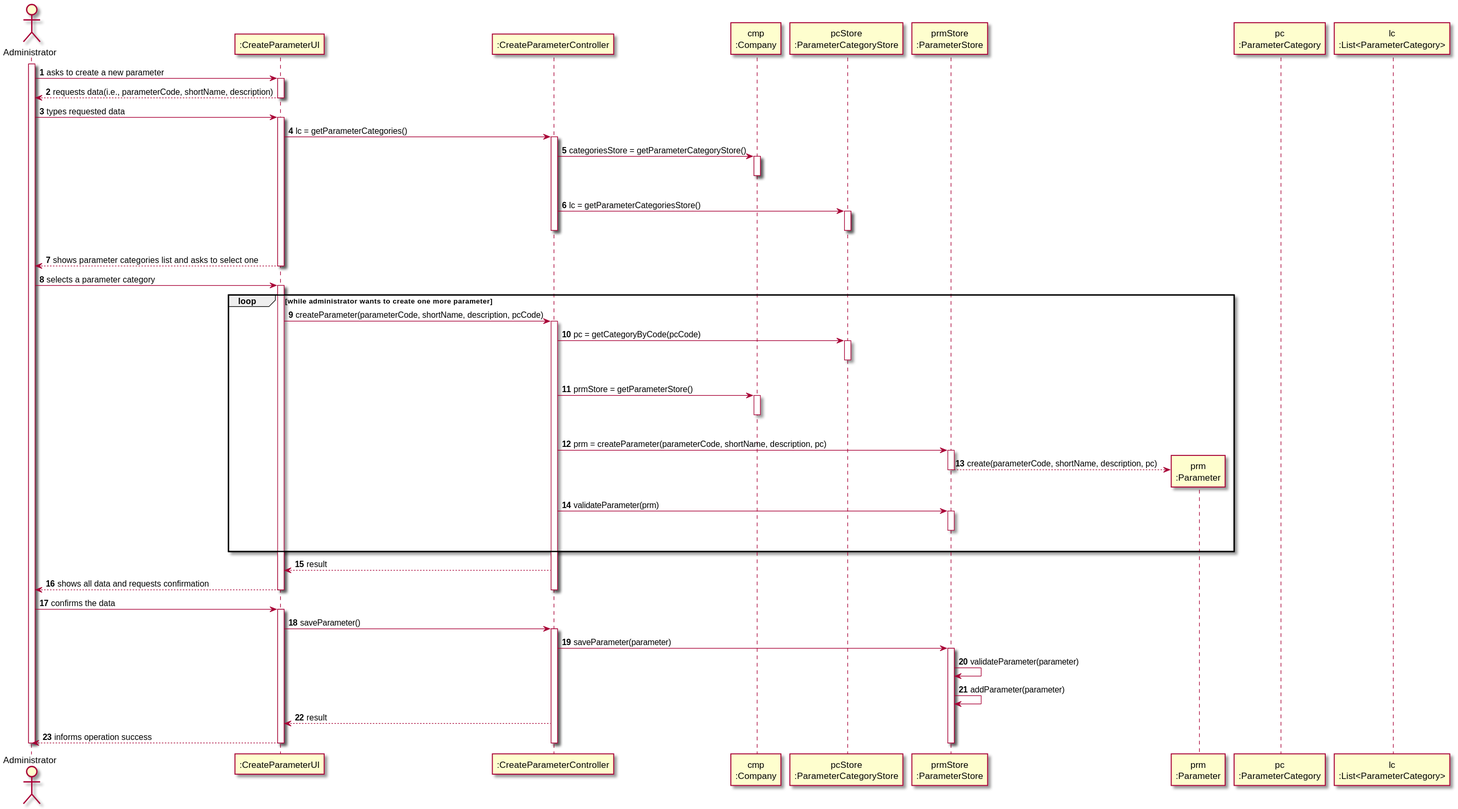
Before: docs/SprintB/US_10/US010_SD.svg, a diagram exported from PlantUML (ana-albergaria/LAPR2-ISEP).
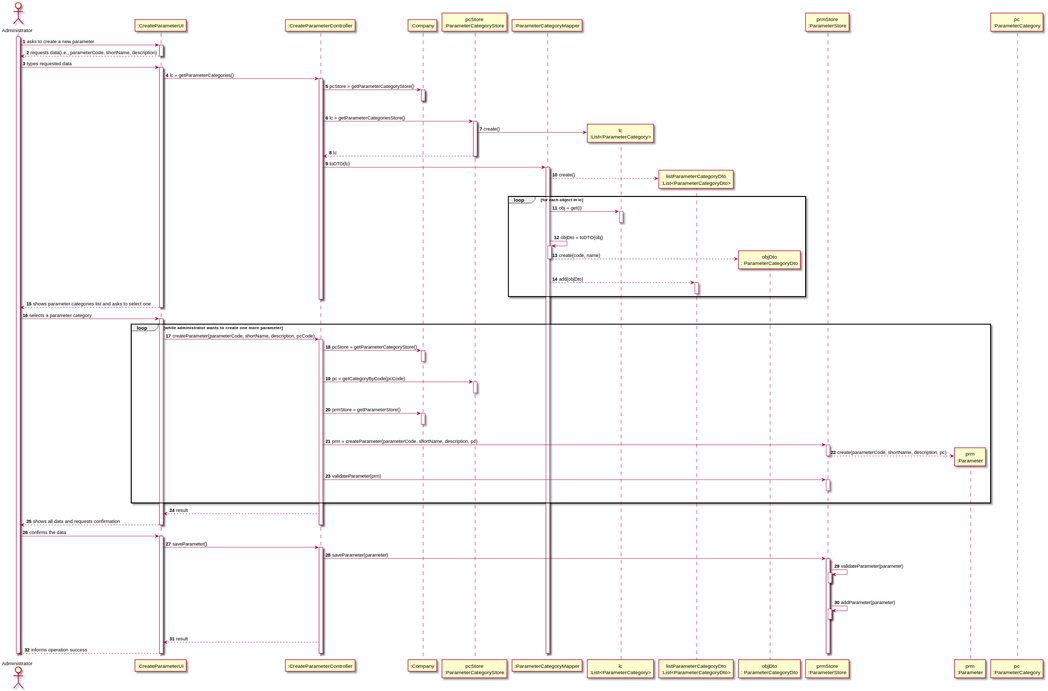
The same file after the commit.

Commit message:
Updated US10 CD and SD for future Code changes.

Change to the diagram source:
```diff
@@ -4,12 +4,15 @@
 
 participant ":CreateParameterUI" as UI
 participant ":CreateParameterController" as CTRL
-participant "cmp\n:Company" as CMP
+participant ":Company" as CMP
 participant "pcStore\n:ParameterCategoryStore" as PCSTORE
+participant ":ParameterCategoryMapper" as PCMAPPER
+participant "lc\n:List<ParameterCategory>" as LC
+participant "listParameterCategoryDto\n:List<ParameterCategoryDto>" as LIST_DTO
+participant "objDto\n: ParameterCategoryDto" as OBJ_DTO
 participant "prmStore\n:ParameterStore" as PRMSTORE
 participant "prm\n:Parameter" as PRM
 participant "pc\n:ParameterCategory" as PC
-participant "lc\n:List<ParameterCategory>" as LIST_CAT
 
 activate ADM
 ADM -> UI : asks to create a new parameter
@@ -23,14 +26,40 @@
 UI -> CTRL : lc = getParameterCategories()
 activate CTRL
 
-CTRL -> CMP : categoriesStore = getParameterCategoryStore()
+CTRL -> CMP : pcStore = getParameterCategoryStore()
 activate CMP
 |||
 deactivate CMP
+
 CTRL -> PCSTORE : lc = getParameterCategoriesStore()
 activate PCSTORE
+
+PCSTORE -> LC** : create()
+PCSTORE --> CTRL : lc
+deactivate PCSTORE
+
+CTRL -> PCMAPPER : toDTO(lc)
+activate PCMAPPER
+
+PCMAPPER --> LIST_DTO** : create()
+
+loop for each object in lc
+PCMAPPER -> LC : obj = get(i)
+activate LC
 |||
-deactivate PCSTORE
+deactivate LC
+
+PCMAPPER -> PCMAPPER : objDto = toDTO(obj)
+activate PCMAPPER
+
+PCMAPPER --> OBJ_DTO** : create(code, name)
+deactivate PCMAPPER
+
+PCMAPPER --> LIST_DTO : add(objDto)
+activate LIST_DTO
+deactivate LIST_DTO
+end
+
 deactivate CTRL
 
 UI --> ADM : shows parameter categories list and asks to select one
@@ -43,6 +72,11 @@
 loop while administrator wants to create one more parameter
 UI -> CTRL : createParameter(parameterCode, shortName, description, pcCode)
 activate CTRL
+
+CTRL -> CMP : pcStore = getParameterCategoryStore()
+activate CMP
+|||
+deactivate CMP
 
 CTRL -> PCSTORE : pc = getCategoryByCode(pcCode)
 activate PCSTORE
@@ -80,11 +114,18 @@
 activate PRMSTORE
 
 PRMSTORE -> PRMSTORE: validateParameter(parameter)
+activate PRMSTORE
+|||
+deactivate PRMSTORE
 PRMSTORE -> PRMSTORE: addParameter(parameter)
+activate PRMSTORE
+|||
+deactivate PRMSTORE
 
 CTRL --> UI: result
 
 UI --> ADM : informs operation success
+deactivate PCMAPPER
 deactivate PRMSTORE
 deactivate CTRL
 deactivate UI
```
